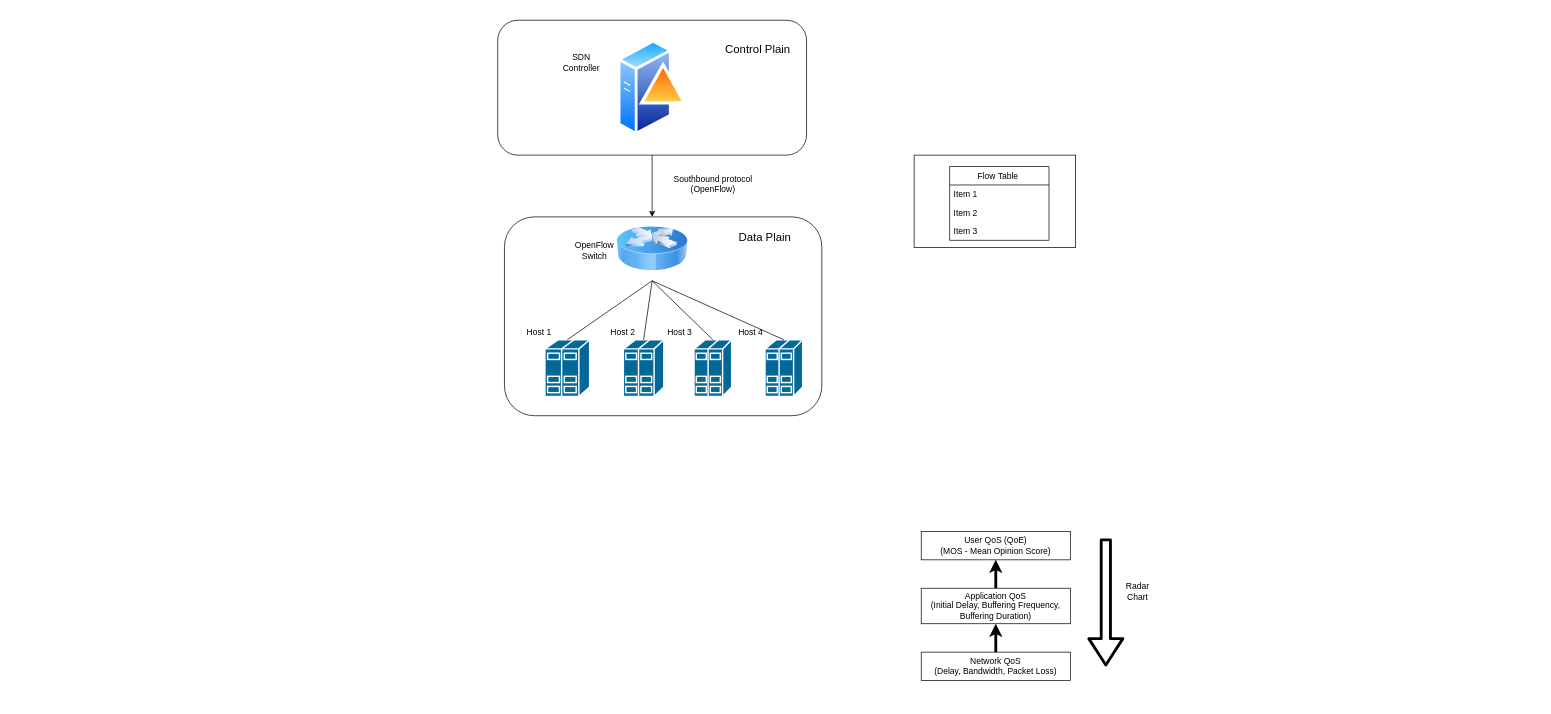
AlistairDrew/Video-Streaming-DASH-and-SDN keeps this draw.io diagram as SDN_structure.drawio. Above is the earlier version. Source tidied: cells renumbered, new cells numbered last; positions are measured from the earlier drawing's top-left corner, leaving out a move shared by most shapes. Both pictures are drawn from the tidied source at 71%, with x=0, y=0 at pixel (498, 20).
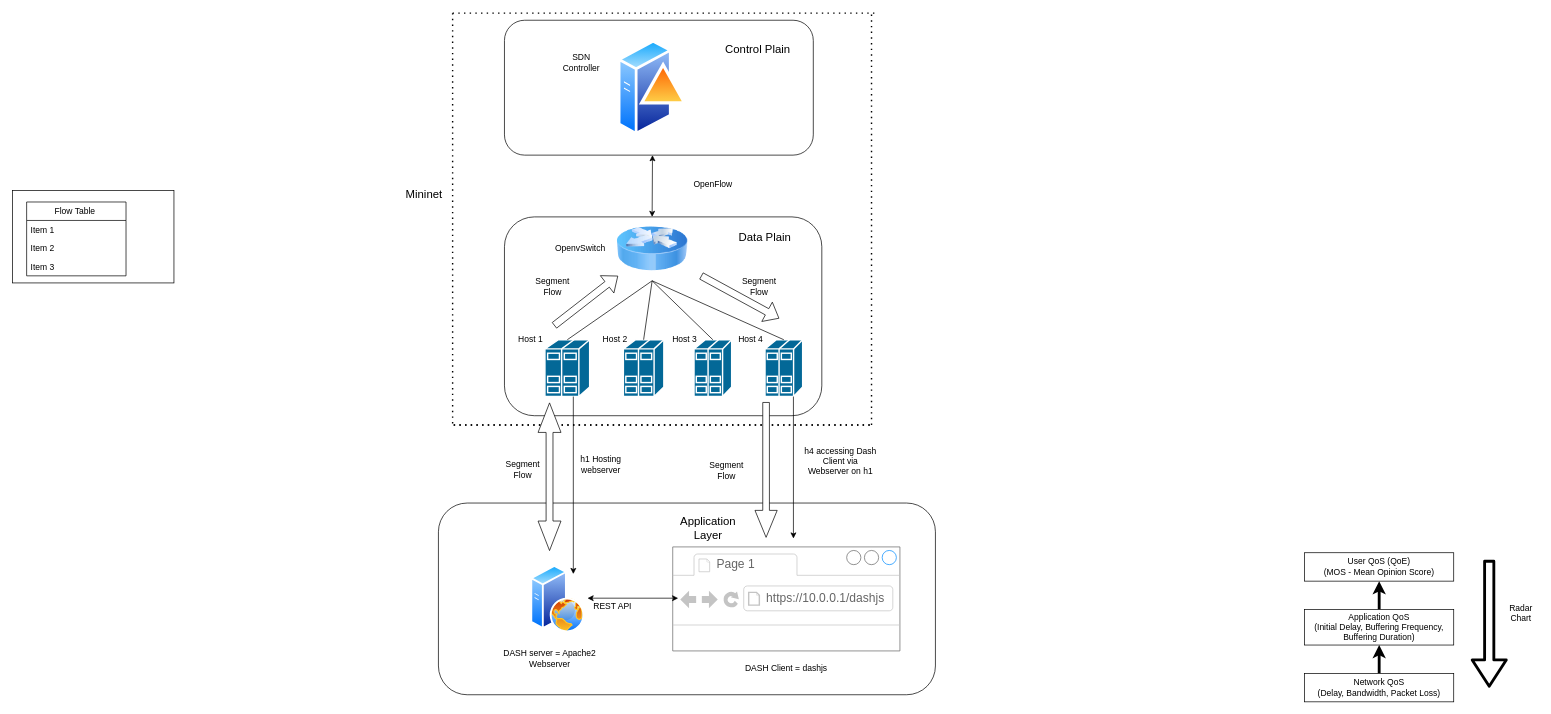
Above is the later version.

The change refers to these unchanged cells:
```xml
<mxCell id="6" style="image;html=1;image=img/lib/clip_art/networking/Router_Icon_128x128.png;" parent="1" vertex="1">
  <mxGeometry x="167" y="277" width="100" height="90" as="geometry" />
</mxCell>
```

Change to the diagram source:
```diff
@@
-    <mxCell id="2" style="edgeStyle=orthogonalEdgeStyle;rounded=0;jettySize=auto;html=1;" parent="1" edge="1" source="3" target="6">
-      <mxGeometry relative="1" as="geometry" />
-    </mxCell>
+    <mxCell id="36" style="rounded=1;whiteSpace=wrap;html=1;" parent="1" vertex="1">
+      <mxGeometry x="-84" y="680" width="700" height="270" as="geometry" />
+    </mxCell>
     <mxCell id="3" style="rounded=1;whiteSpace=wrap;html=1;" parent="1" vertex="1">
-      <mxGeometry x="-0.5" width="435" height="190" as="geometry" />
+      <mxGeometry x="9" width="435" height="190" as="geometry" />
     </mxCell>
@@
     <mxCell id="5" style="whiteSpace=wrap;html=1;" parent="1" vertex="1">
-      <mxGeometry x="586" y="190" width="227.5" height="130" as="geometry" />
+      <mxGeometry x="-684" y="240" width="227.5" height="130" as="geometry" />
     </mxCell>
@@
     <mxCell id="16" value="Flow Table " style="swimlane;fontStyle=0;horizontal=1;startSize=26;" parent="1" vertex="1">
-      <mxGeometry x="636" y="206" width="140" height="104" as="geometry" />
+      <mxGeometry x="-664" y="256" width="140" height="104" as="geometry" />
     </mxCell>
@@
-    <mxCell id="23" value="OpenFlow Switch" style="text;html=1;strokeColor=none;fillColor=none;align=center;verticalAlign=middle;whiteSpace=wrap;rounded=0;" parent="1" vertex="1">
-      <mxGeometry x="106" y="300" width="60" height="50" as="geometry" />
+    <mxCell id="23" value="OpenvSwitch" style="text;html=1;strokeColor=none;fillColor=none;align=center;verticalAlign=middle;whiteSpace=wrap;rounded=0;" parent="1" vertex="1">
+      <mxGeometry x="76" y="297" width="80" height="50" as="geometry" />
     </mxCell>
     <mxCell id="24" value="Host 1" style="text;html=1;strokeColor=none;fillColor=none;align=center;verticalAlign=middle;whiteSpace=wrap;rounded=0;" parent="1" vertex="1">
-      <mxGeometry x="37.5" y="430" width="40" height="20" as="geometry" />
+      <mxGeometry x="26" y="440" width="40" height="20" as="geometry" />
     </mxCell>
     <mxCell id="25" value="Host 2" style="text;html=1;strokeColor=none;fillColor=none;align=center;verticalAlign=middle;whiteSpace=wrap;rounded=0;" parent="1" vertex="1">
-      <mxGeometry x="156" y="430" width="40" height="20" as="geometry" />
+      <mxGeometry x="145" y="440" width="40" height="20" as="geometry" />
     </mxCell>
     <mxCell id="26" value="Host 3" style="text;html=1;strokeColor=none;fillColor=none;align=center;verticalAlign=middle;whiteSpace=wrap;rounded=0;" parent="1" vertex="1">
-      <mxGeometry x="236" y="430" width="40" height="20" as="geometry" />
+      <mxGeometry x="242.5" y="440" width="40" height="20" as="geometry" />
     </mxCell>
     <mxCell id="27" value="Host 4" style="text;html=1;strokeColor=none;fillColor=none;align=center;verticalAlign=middle;whiteSpace=wrap;rounded=0;" parent="1" vertex="1">
-      <mxGeometry x="336" y="430" width="40" height="20" as="geometry" />
+      <mxGeometry x="336" y="440" width="40" height="20" as="geometry" />
     </mxCell>
-    <mxCell id="28" value="Southbound protocol (OpenFlow)" style="text;html=1;strokeColor=none;fillColor=none;align=center;verticalAlign=middle;whiteSpace=wrap;rounded=0;" parent="1" vertex="1">
+    <mxCell id="28" value="OpenFlow" style="text;html=1;strokeColor=none;fillColor=none;align=center;verticalAlign=middle;whiteSpace=wrap;rounded=0;" parent="1" vertex="1">
       <mxGeometry x="242.5" y="206" width="120" height="50" as="geometry" />
     </mxCell>
     <mxCell id="29" value="User QoS (QoE)&lt;br&gt;(MOS - Mean Opinion Score)" style="rounded=0;whiteSpace=wrap;html=1;" parent="1" vertex="1">
-      <mxGeometry x="596" y="720" width="210" height="40" as="geometry" />
+      <mxGeometry x="1136" y="750" width="210" height="40" as="geometry" />
     </mxCell>
@@
     <mxCell id="31" value="Application QoS&lt;br&gt;(Initial Delay, Buffering Frequency, Buffering Duration)" style="rounded=0;whiteSpace=wrap;html=1;" parent="1" vertex="1">
-      <mxGeometry x="596" y="800" width="210" height="50" as="geometry" />
+      <mxGeometry x="1136" y="830" width="210" height="50" as="geometry" />
     </mxCell>
@@
     <mxCell id="33" value="Network QoS&lt;br&gt;(Delay, Bandwidth, Packet Loss)" style="rounded=0;whiteSpace=wrap;html=1;" parent="1" vertex="1">
-      <mxGeometry x="596" y="890" width="210" height="40" as="geometry" />
+      <mxGeometry x="1136" y="920" width="210" height="40" as="geometry" />
     </mxCell>
     <mxCell id="34" style="shape=flexArrow;endArrow=classic;html=1;strokeWidth=4;endWidth=31;endSize=11;" parent="1" edge="1">
       <mxGeometry relative="1" as="geometry">
-        <mxPoint x="856" y="730" as="sourcePoint" />
-        <mxPoint x="856" y="910" as="targetPoint" />
+        <mxPoint x="1396" y="760" as="sourcePoint" />
+        <mxPoint x="1396" y="940" as="targetPoint" />
       </mxGeometry>
     </mxCell>
     <mxCell id="35" value="Radar Chart" style="text;html=1;strokeColor=none;fillColor=none;align=center;verticalAlign=middle;whiteSpace=wrap;rounded=0;" parent="1" vertex="1">
-      <mxGeometry x="876" y="790" width="50" height="30" as="geometry" />
+      <mxGeometry x="1416" y="820" width="50" height="30" as="geometry" />
     </mxCell>
+    <mxCell id="37" value="&lt;font style=&quot;font-size: 16px&quot;&gt;Application Layer&lt;/font&gt;" style="text;html=1;strokeColor=none;fillColor=none;align=center;verticalAlign=middle;whiteSpace=wrap;rounded=0;" parent="1" vertex="1">
+      <mxGeometry x="246" y="705" width="100" height="20" as="geometry" />
+    </mxCell>
+    <mxCell id="38" style="endArrow=none;dashed=1;html=1;dashPattern=1 3;strokeWidth=2;" parent="1" edge="1">
+      <mxGeometry relative="1" as="geometry">
+        <mxPoint x="-62.5" y="570" as="sourcePoint" />
+        <mxPoint x="527.5" y="570" as="targetPoint" />
+      </mxGeometry>
+    </mxCell>
+    <mxCell id="39" style="endArrow=none;dashed=1;html=1;dashPattern=1 3;strokeWidth=2;" parent="1" edge="1">
+      <mxGeometry relative="1" as="geometry">
+        <mxPoint x="-62.5" y="570" as="sourcePoint" />
+        <mxPoint x="527.5" y="570" as="targetPoint" />
+      </mxGeometry>
+    </mxCell>
+    <mxCell id="40" value="&lt;font style=&quot;font-size: 16px&quot;&gt;Mininet&lt;/font&gt;" style="text;html=1;strokeColor=none;fillColor=none;align=center;verticalAlign=middle;whiteSpace=wrap;rounded=0;" parent="1" vertex="1">
+      <mxGeometry x="-134" y="230" width="60" height="30" as="geometry" />
+    </mxCell>
+    <mxCell id="41" style="endArrow=none;dashed=1;html=1;dashPattern=1 3;strokeWidth=2;" parent="1" edge="1">
+      <mxGeometry relative="1" as="geometry">
+        <mxPoint x="-64" y="-10" as="sourcePoint" />
+        <mxPoint x="-64" y="570" as="targetPoint" />
+      </mxGeometry>
+    </mxCell>
+    <mxCell id="42" style="endArrow=none;dashed=1;html=1;dashPattern=1 3;strokeWidth=2;" parent="1" edge="1">
+      <mxGeometry relative="1" as="geometry">
+        <mxPoint x="-64" y="-10" as="sourcePoint" />
+        <mxPoint x="536" y="-10" as="targetPoint" />
+      </mxGeometry>
+    </mxCell>
+    <mxCell id="43" style="endArrow=none;dashed=1;html=1;dashPattern=1 3;strokeWidth=2;" parent="1" edge="1">
+      <mxGeometry relative="1" as="geometry">
+        <mxPoint x="526" y="570" as="sourcePoint" />
+        <mxPoint x="526" y="-10" as="targetPoint" />
+      </mxGeometry>
+    </mxCell>
+    <mxCell id="44" style="perimeter=ellipsePerimeter;html=1;align=center;shadow=0;dashed=0;spacingTop=3;image;image=img/lib/active_directory/web_server.svg;" parent="1" vertex="1">
+      <mxGeometry x="46" y="767.5" width="76" height="95" as="geometry" />
+    </mxCell>
+    <mxCell id="45" style="strokeWidth=1;shadow=0;dashed=0;align=center;html=1;shape=mxgraph.mockup.containers.browserWindow;rSize=0;strokeColor=#666666;strokeColor2=#008cff;strokeColor3=#c4c4c4;mainText=,;" parent="1" vertex="1">
+      <mxGeometry x="246" y="741.8" width="320" height="146.5" as="geometry" />
+    </mxCell>
+    <mxCell id="46" value="Page 1" style="strokeWidth=1;shadow=0;dashed=0;align=center;html=1;shape=mxgraph.mockup.containers.anchor;fontSize=17;fontColor=#666666;align=left;" parent="45" vertex="1">
+      <mxGeometry x="60" y="12" width="110" height="26" as="geometry" />
+    </mxCell>
+    <mxCell id="47" value="https://10.0.0.1/dashjs" style="strokeWidth=1;shadow=0;dashed=0;align=center;html=1;shape=mxgraph.mockup.containers.anchor;rSize=0;fontSize=17;fontColor=#666666;align=left;" parent="45" vertex="1">
+      <mxGeometry x="130" y="60" width="250" height="26" as="geometry" />
+    </mxCell>
+    <mxCell id="48" style="endArrow=classic;startArrow=classic;html=1;entryX=0.024;entryY=0.493;entryDx=0;entryDy=0;entryPerimeter=0;" parent="1" edge="1" target="45">
+      <mxGeometry relative="1" as="geometry">
+        <mxPoint x="126" y="814" as="sourcePoint" />
+      </mxGeometry>
+    </mxCell>
+    <mxCell id="49" value="REST API" style="text;html=1;strokeColor=none;fillColor=none;align=center;verticalAlign=middle;whiteSpace=wrap;rounded=0;" parent="1" vertex="1">
+      <mxGeometry x="129" y="802" width="65" height="48" as="geometry" />
+    </mxCell>
+    <mxCell id="50" value="DASH server = Apache2 Webserver" style="text;html=1;strokeColor=none;fillColor=none;align=center;verticalAlign=middle;whiteSpace=wrap;rounded=0;" parent="1" vertex="1">
+      <mxGeometry x="1" y="870" width="144" height="58" as="geometry" />
+    </mxCell>
+    <mxCell id="51" value="DASH Client = dashjs" style="text;html=1;strokeColor=none;fillColor=none;align=center;verticalAlign=middle;whiteSpace=wrap;rounded=0;" parent="1" vertex="1">
+      <mxGeometry x="346" y="898" width="120" height="30" as="geometry" />
+    </mxCell>
+    <mxCell id="52" style="shape=singleArrow;whiteSpace=wrap;html=1;rotation=90;" parent="1" vertex="1">
+      <mxGeometry x="282.5" y="617.7" width="190" height="31.3" as="geometry" />
+    </mxCell>
+    <mxCell id="53" style="shape=doubleArrow;whiteSpace=wrap;html=1;rotation=-90;" parent="1" vertex="1">
+      <mxGeometry x="-31.5" y="626.8" width="208" height="32.3" as="geometry" />
+    </mxCell>
+    <mxCell id="54" style="endArrow=classic;startArrow=classic;html=1;exitX=0.5;exitY=0;exitDx=0;exitDy=0;" parent="1" edge="1" source="6">
+      <mxGeometry relative="1" as="geometry">
+        <mxPoint x="217.5" y="190" as="targetPoint" />
+      </mxGeometry>
+    </mxCell>
+    <mxCell id="55" style="shape=flexArrow;endArrow=classic;html=1;" parent="1" edge="1">
+      <mxGeometry relative="1" as="geometry">
+        <mxPoint x="79" y="430" as="sourcePoint" />
+        <mxPoint x="169" y="360" as="targetPoint" />
+      </mxGeometry>
+    </mxCell>
+    <mxCell id="56" style="shape=flexArrow;endArrow=classic;html=1;" parent="1" edge="1">
+      <mxGeometry relative="1" as="geometry">
+        <mxPoint x="286" y="360" as="sourcePoint" />
+        <mxPoint x="396" y="420" as="targetPoint" />
+      </mxGeometry>
+    </mxCell>
+    <mxCell id="57" style="endArrow=classic;html=1;" parent="1" edge="1">
+      <mxGeometry relative="1" as="geometry">
+        <mxPoint x="106" y="530" as="sourcePoint" />
+        <mxPoint x="106" y="780" as="targetPoint" />
+      </mxGeometry>
+    </mxCell>
+    <mxCell id="58" style="endArrow=classic;html=1;" parent="1" edge="1">
+      <mxGeometry relative="1" as="geometry">
+        <mxPoint x="416" y="530" as="sourcePoint" />
+        <mxPoint x="416" y="730" as="targetPoint" />
+      </mxGeometry>
+    </mxCell>
+    <mxCell id="59" value="Segment Flow" style="text;html=1;strokeColor=none;fillColor=none;align=center;verticalAlign=middle;whiteSpace=wrap;rounded=0;" parent="1" vertex="1">
+      <mxGeometry x="38" y="360" width="78" height="30" as="geometry" />
+    </mxCell>
+    <mxCell id="60" value="Segment Flow" style="text;html=1;strokeColor=none;fillColor=none;align=center;verticalAlign=middle;whiteSpace=wrap;rounded=0;" parent="1" vertex="1">
+      <mxGeometry x="329" y="360" width="78" height="30" as="geometry" />
+    </mxCell>
+    <mxCell id="61" value="Segment Flow" style="text;html=1;strokeColor=none;fillColor=none;align=center;verticalAlign=middle;whiteSpace=wrap;rounded=0;" parent="1" vertex="1">
+      <mxGeometry x="-4" y="617.7" width="78" height="30" as="geometry" />
+    </mxCell>
+    <mxCell id="62" value="Segment Flow" style="text;html=1;strokeColor=none;fillColor=none;align=center;verticalAlign=middle;whiteSpace=wrap;rounded=0;" parent="1" vertex="1">
+      <mxGeometry x="282.5" y="619.1" width="78" height="30" as="geometry" />
+    </mxCell>
+    <mxCell id="63" value="h1 Hosting webserver" style="text;html=1;strokeColor=none;fillColor=none;align=center;verticalAlign=middle;whiteSpace=wrap;rounded=0;" parent="1" vertex="1">
+      <mxGeometry x="112.5" y="610" width="64" height="31" as="geometry" />
+    </mxCell>
+    <mxCell id="64" value="h4 accessing Dash Client via Webserver on h1" style="text;html=1;strokeColor=none;fillColor=none;align=center;verticalAlign=middle;whiteSpace=wrap;rounded=0;" parent="1" vertex="1">
+      <mxGeometry x="429" y="593.5" width="107" height="54.2" as="geometry" />
+    </mxCell>
```
